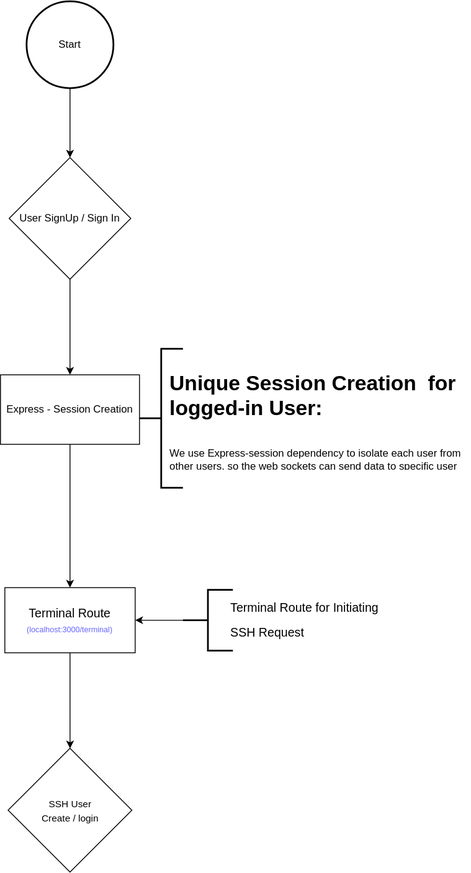
This is web_Terminal_Integration.drawio.svg from belanasaikiran/FlowCharts, a draw.io export, as it was before one commit. Source tidied: cells renumbered, new cells last; positions are measured from the earlier drawing's top-left corner, leaving out a move shared by most shapes. Source of this version:
```xml
<mxGraphModel>
  <root>
    <mxCell id="0" />
    <mxCell id="1" parent="0" />
    <mxCell id="2" style="edgeStyle=orthogonalEdgeStyle;rounded=0;jettySize=auto;html=1;exitX=0.5;exitY=1;exitDx=0;exitDy=0;entryX=0.5;entryY=0;entryDx=0;entryDy=0;" parent="1" edge="1" source="3" target="14">
      <mxGeometry relative="1" as="geometry" />
    </mxCell>
    <mxCell id="3" value="Express - Session Creation" style="rounded=0;whiteSpace=wrap;html=1;" parent="1" vertex="1">
      <mxGeometry y="430" width="160" height="80" as="geometry" />
    </mxCell>
    <mxCell id="4" style="edgeStyle=orthogonalEdgeStyle;rounded=0;jettySize=auto;html=1;exitX=0.5;exitY=1;exitDx=0;exitDy=0;" parent="1" edge="1" source="5" target="3">
      <mxGeometry relative="1" as="geometry" />
    </mxCell>
    <mxCell id="5" value="User SignUp / Sign In" style="rhombus;whiteSpace=wrap;html=1;" parent="1" vertex="1">
      <mxGeometry x="10" y="180" width="140" height="140" as="geometry" />
    </mxCell>
    <mxCell id="6" value="&lt;h1&gt;&lt;font style=&quot;font-weight: normal; font-size: 14px;&quot;&gt;Terminal Route for Initiating SSH Request&lt;/font&gt;&lt;/h1&gt;" style="text;html=1;strokeColor=none;fillColor=none;spacing=5;spacingTop=-20;whiteSpace=wrap;overflow=hidden;rounded=0;" parent="1" vertex="1">
      <mxGeometry x="260" y="675" width="190" height="80" as="geometry" />
    </mxCell>
    <mxCell id="7" value="&lt;h1&gt;Unique Session Creation&amp;nbsp; for logged-in User:&lt;/h1&gt;&lt;div&gt;&lt;br&gt;&lt;/div&gt;&lt;div&gt;We use Express-session dependency to isolate each user from other users. so the web sockets can send data to specific user session route&lt;/div&gt;&lt;div&gt;&lt;br&gt;&lt;/div&gt;&lt;p&gt;&lt;br&gt;&lt;/p&gt;" style="text;html=1;strokeColor=none;fillColor=none;spacing=5;spacingTop=-20;whiteSpace=wrap;overflow=hidden;rounded=0;" parent="1" vertex="1">
      <mxGeometry x="190" y="420" width="350" height="120" as="geometry" />
    </mxCell>
    <mxCell id="8" style="edgeStyle=orthogonalEdgeStyle;rounded=0;jettySize=auto;html=1;entryX=0.5;entryY=0;entryDx=0;entryDy=0;" parent="1" edge="1" source="9" target="5">
      <mxGeometry relative="1" as="geometry" />
    </mxCell>
    <mxCell id="9" value="Start" style="strokeWidth=2;html=1;shape=mxgraph.flowchart.start_2;whiteSpace=wrap;" parent="1" vertex="1">
      <mxGeometry x="30" width="100" height="100" as="geometry" />
    </mxCell>
    <mxCell id="10" style="strokeWidth=2;html=1;shape=mxgraph.flowchart.annotation_2;align=left;labelPosition=right;" parent="1" vertex="1">
      <mxGeometry x="160" y="400" width="50" height="160" as="geometry" />
    </mxCell>
    <mxCell id="11" style="edgeStyle=orthogonalEdgeStyle;rounded=0;jettySize=auto;html=1;exitX=0;exitY=0.5;exitDx=0;exitDy=0;exitPerimeter=0;entryX=1;entryY=0.5;entryDx=0;entryDy=0;" parent="1" edge="1" source="12" target="14">
      <mxGeometry relative="1" as="geometry" />
    </mxCell>
    <mxCell id="12" style="strokeWidth=2;html=1;shape=mxgraph.flowchart.annotation_2;align=left;labelPosition=right;" parent="1" vertex="1">
      <mxGeometry x="210" y="677.5" width="57.5" height="70" as="geometry" />
    </mxCell>
    <mxCell id="13" style="edgeStyle=orthogonalEdgeStyle;rounded=0;jettySize=auto;html=1;fontSize=9;fontColor=#6666FF;" parent="1" edge="1" source="14" target="15">
      <mxGeometry relative="1" as="geometry" />
    </mxCell>
    <mxCell id="14" value="Terminal Route&lt;br&gt;&lt;font color=&quot;#6666ff&quot; style=&quot;font-size: 9px;&quot;&gt;(localhost:3000/terminal)&lt;/font&gt;" style="rounded=0;whiteSpace=wrap;html=1;fontSize=14;" parent="1" vertex="1">
      <mxGeometry x="5" y="675" width="150" height="75" as="geometry" />
    </mxCell>
    <mxCell id="15" value="&lt;font style=&quot;font-size: 11px;&quot;&gt;SSH User &lt;br&gt;Create / login&lt;/font&gt;" style="rhombus;whiteSpace=wrap;html=1;fontSize=14;rounded=0;" parent="1" vertex="1">
      <mxGeometry x="8.8" y="860" width="142.5" height="142.5" as="geometry" />
    </mxCell>
  </root>
</mxGraphModel>
```
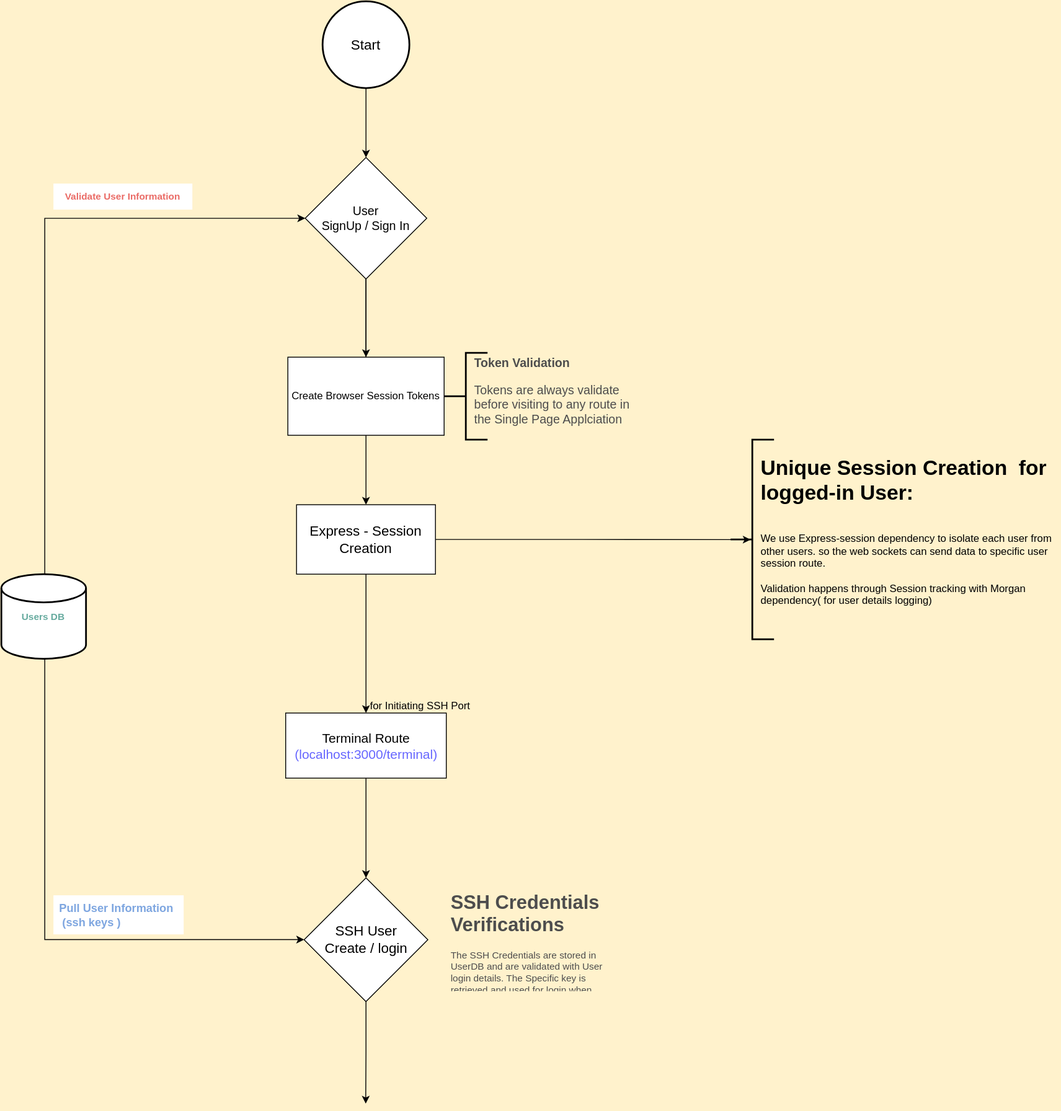
The same file after the commit.

Commit message:
Add SSH flow Connectivity details

The edit, as a diff of the source:
```diff
@@ -1,48 +1,92 @@
-<mxGraphModel>
+<mxGraphModel background="#FFF2CC">
   <root>
     <mxCell id="0" />
     <mxCell id="1" parent="0" />
     <mxCell id="2" style="edgeStyle=orthogonalEdgeStyle;rounded=0;jettySize=auto;html=1;exitX=0.5;exitY=1;exitDx=0;exitDy=0;entryX=0.5;entryY=0;entryDx=0;entryDy=0;" parent="1" edge="1" source="3" target="14">
       <mxGeometry relative="1" as="geometry" />
     </mxCell>
+    <mxCell id="16" style="edgeStyle=orthogonalEdgeStyle;rounded=0;jettySize=auto;html=1;exitX=1;exitY=0.5;exitDx=0;exitDy=0;entryX=0.462;entryY=0.501;entryDx=0;entryDy=0;entryPerimeter=0;fontSize=14;fontColor=#4D4D4D;" parent="1" edge="1" source="3" target="26">
+      <mxGeometry relative="1" as="geometry" />
+    </mxCell>
-    <mxCell id="3" value="Express - Session Creation" style="rounded=0;whiteSpace=wrap;html=1;" parent="1" vertex="1">
-      <mxGeometry y="430" width="160" height="80" as="geometry" />
+    <mxCell id="3" value="Express - Session Creation" style="rounded=0;whiteSpace=wrap;html=1;fontSize=16;" parent="1" vertex="1">
+      <mxGeometry y="580" width="160" height="80" as="geometry" />
     </mxCell>
-    <mxCell id="4" style="edgeStyle=orthogonalEdgeStyle;rounded=0;jettySize=auto;html=1;exitX=0.5;exitY=1;exitDx=0;exitDy=0;" parent="1" edge="1" source="5" target="3">
+    <mxCell id="4" style="edgeStyle=orthogonalEdgeStyle;rounded=0;jettySize=auto;html=1;exitX=0.5;exitY=1;exitDx=0;exitDy=0;startArrow=none;" parent="1" edge="1" source="24" target="3">
       <mxGeometry relative="1" as="geometry" />
     </mxCell>
+    <mxCell id="17" style="edgeStyle=orthogonalEdgeStyle;rounded=0;jettySize=auto;html=1;fontSize=9;fontColor=#67AB9F;" parent="1" edge="1" source="5" target="24">
+      <mxGeometry relative="1" as="geometry" />
+    </mxCell>
-    <mxCell id="5" value="User SignUp / Sign In" style="rhombus;whiteSpace=wrap;html=1;" parent="1" vertex="1">
+    <mxCell id="5" value="User &lt;br&gt;SignUp / Sign In" style="rhombus;whiteSpace=wrap;html=1;fontSize=14;" parent="1" vertex="1">
       <mxGeometry x="10" y="180" width="140" height="140" as="geometry" />
     </mxCell>
-    <mxCell id="6" value="&lt;h1&gt;&lt;font style=&quot;font-weight: normal; font-size: 14px;&quot;&gt;Terminal Route for Initiating SSH Request&lt;/font&gt;&lt;/h1&gt;" style="text;html=1;strokeColor=none;fillColor=none;spacing=5;spacingTop=-20;whiteSpace=wrap;overflow=hidden;rounded=0;" parent="1" vertex="1">
-      <mxGeometry x="260" y="675" width="190" height="80" as="geometry" />
+    <mxCell id="6" value="for Initiating&amp;nbsp;SSH Port&amp;nbsp;" style="text;strokeColor=none;fillColor=none;spacing=5;spacingTop=-5;overflow=hidden;rounded=0;rotation=0;whiteSpace=wrap;html=1;" parent="1" vertex="1">
+      <mxGeometry x="80" y="800" width="140" height="20" as="geometry" />
     </mxCell>
-    <mxCell id="7" value="&lt;h1&gt;Unique Session Creation&amp;nbsp; for logged-in User:&lt;/h1&gt;&lt;div&gt;&lt;br&gt;&lt;/div&gt;&lt;div&gt;We use Express-session dependency to isolate each user from other users. so the web sockets can send data to specific user session route&lt;/div&gt;&lt;div&gt;&lt;br&gt;&lt;/div&gt;&lt;p&gt;&lt;br&gt;&lt;/p&gt;" style="text;html=1;strokeColor=none;fillColor=none;spacing=5;spacingTop=-20;whiteSpace=wrap;overflow=hidden;rounded=0;" parent="1" vertex="1">
-      <mxGeometry x="190" y="420" width="350" height="120" as="geometry" />
+    <mxCell id="7" value="&lt;h1&gt;Unique Session Creation&amp;nbsp; for logged-in User:&lt;/h1&gt;&lt;div&gt;&lt;br&gt;&lt;/div&gt;&lt;div&gt;We use Express-session dependency to isolate each user from other users. so the web sockets can send data to specific user session route.&lt;/div&gt;&lt;div&gt;&lt;br&gt;&lt;/div&gt;&lt;div&gt;Validation happens through Session tracking with Morgan dependency( for user details logging)&lt;/div&gt;&lt;div&gt;&lt;br&gt;&lt;/div&gt;&lt;p&gt;&lt;br&gt;&lt;/p&gt;" style="text;html=1;strokeColor=none;fillColor=none;spacing=5;spacingTop=-20;whiteSpace=wrap;overflow=hidden;rounded=0;" parent="1" vertex="1">
+      <mxGeometry x="530" y="517.5" width="350" height="225" as="geometry" />
     </mxCell>
     <mxCell id="8" style="edgeStyle=orthogonalEdgeStyle;rounded=0;jettySize=auto;html=1;entryX=0.5;entryY=0;entryDx=0;entryDy=0;" parent="1" edge="1" source="9" target="5">
       <mxGeometry relative="1" as="geometry" />
     </mxCell>
-    <mxCell id="9" value="Start" style="strokeWidth=2;html=1;shape=mxgraph.flowchart.start_2;whiteSpace=wrap;" parent="1" vertex="1">
+    <mxCell id="9" value="Start" style="strokeWidth=2;html=1;shape=mxgraph.flowchart.start_2;whiteSpace=wrap;fontSize=16;" parent="1" vertex="1">
       <mxGeometry x="30" width="100" height="100" as="geometry" />
     </mxCell>
-    <mxCell id="10" style="strokeWidth=2;html=1;shape=mxgraph.flowchart.annotation_2;align=left;labelPosition=right;" parent="1" vertex="1">
-      <mxGeometry x="160" y="400" width="50" height="160" as="geometry" />
-    </mxCell>
-    <mxCell id="11" style="edgeStyle=orthogonalEdgeStyle;rounded=0;jettySize=auto;html=1;exitX=0;exitY=0.5;exitDx=0;exitDy=0;exitPerimeter=0;entryX=1;entryY=0.5;entryDx=0;entryDy=0;" parent="1" edge="1" source="12" target="14">
-      <mxGeometry relative="1" as="geometry" />
-    </mxCell>
-    <mxCell id="12" style="strokeWidth=2;html=1;shape=mxgraph.flowchart.annotation_2;align=left;labelPosition=right;" parent="1" vertex="1">
-      <mxGeometry x="210" y="677.5" width="57.5" height="70" as="geometry" />
-    </mxCell>
     <mxCell id="13" style="edgeStyle=orthogonalEdgeStyle;rounded=0;jettySize=auto;html=1;fontSize=9;fontColor=#6666FF;" parent="1" edge="1" source="14" target="15">
       <mxGeometry relative="1" as="geometry" />
     </mxCell>
-    <mxCell id="14" value="Terminal Route&lt;br&gt;&lt;font color=&quot;#6666ff&quot; style=&quot;font-size: 9px;&quot;&gt;(localhost:3000/terminal)&lt;/font&gt;" style="rounded=0;whiteSpace=wrap;html=1;fontSize=14;" parent="1" vertex="1">
-      <mxGeometry x="5" y="675" width="150" height="75" as="geometry" />
+    <mxCell id="14" value="Terminal Route&lt;br style=&quot;font-size: 15px;&quot;&gt;&lt;font color=&quot;#6666ff&quot; style=&quot;font-size: 15px;&quot;&gt;(localhost:3000/terminal)&lt;/font&gt;" style="rounded=0;whiteSpace=wrap;html=1;fontSize=15;" parent="1" vertex="1">
+      <mxGeometry x="-12.5" y="820" width="185" height="75" as="geometry" />
     </mxCell>
+    <mxCell id="18" style="edgeStyle=orthogonalEdgeStyle;rounded=0;jettySize=auto;html=1;exitX=0.5;exitY=1;exitDx=0;exitDy=0;fontSize=11;fontColor=#4D4D4D;" parent="1" edge="1" source="15">
+      <mxGeometry relative="1" as="geometry">
+        <mxPoint x="79.7" y="1270" as="targetPoint" />
+      </mxGeometry>
+    </mxCell>
-    <mxCell id="15" value="&lt;font style=&quot;font-size: 11px;&quot;&gt;SSH User &lt;br&gt;Create / login&lt;/font&gt;" style="rhombus;whiteSpace=wrap;html=1;fontSize=14;rounded=0;" parent="1" vertex="1">
-      <mxGeometry x="8.8" y="860" width="142.5" height="142.5" as="geometry" />
+    <mxCell id="15" value="&lt;font style=&quot;font-size: 16px;&quot;&gt;SSH User &lt;br style=&quot;font-size: 16px;&quot;&gt;Create / login&lt;/font&gt;" style="rhombus;whiteSpace=wrap;html=1;fontSize=16;rounded=0;" parent="1" vertex="1">
+      <mxGeometry x="8.8" y="1010" width="142.5" height="142.5" as="geometry" />
     </mxCell>
+    <mxCell id="19" style="edgeStyle=orthogonalEdgeStyle;rounded=0;jettySize=auto;html=1;entryX=0;entryY=0.5;entryDx=0;entryDy=0;fontSize=11;fontColor=#6666FF;" parent="1" edge="1" source="21" target="15">
+      <mxGeometry relative="1" as="geometry">
+        <Array as="points">
+          <mxPoint x="-290" y="1081" />
+          <mxPoint x="9" y="1081" />
+        </Array>
+      </mxGeometry>
+    </mxCell>
+    <mxCell id="20" style="edgeStyle=orthogonalEdgeStyle;rounded=0;jettySize=auto;html=1;entryX=0;entryY=0.5;entryDx=0;entryDy=0;fontSize=7;fontColor=#4D4D4D;" parent="1" edge="1" source="21" target="5">
+      <mxGeometry relative="1" as="geometry">
+        <Array as="points">
+          <mxPoint x="-290" y="250" />
+        </Array>
+      </mxGeometry>
+    </mxCell>
+    <mxCell id="21" value="Users DB" style="strokeWidth=2;html=1;shape=mxgraph.flowchart.database;whiteSpace=wrap;fontSize=11;fontColor=#67AB9F;fontStyle=1;" parent="1" vertex="1">
+      <mxGeometry x="-340" y="660" width="97.5" height="97.5" as="geometry" />
+    </mxCell>
+    <mxCell id="22" value="Pull User Information&lt;br&gt;&amp;nbsp;(ssh keys )" style="text;html=1;align=left;verticalAlign=middle;whiteSpace=wrap;rounded=0;fontSize=13;labelBackgroundColor=none;labelBorderColor=none;fillColor=default;fontColor=#7EA6E0;fontStyle=1;spacingLeft=5;" parent="1" vertex="1">
+      <mxGeometry x="-280" y="1030" width="150" height="45" as="geometry" />
+    </mxCell>
+    <mxCell id="23" value="Validate User Information" style="text;html=1;strokeColor=none;fillColor=default;align=center;verticalAlign=middle;whiteSpace=wrap;rounded=0;fontSize=11;fontColor=#EA6B66;labelBackgroundColor=default;labelBorderColor=none;fontStyle=1;" parent="1" vertex="1">
+      <mxGeometry x="-280" y="210" width="160" height="30" as="geometry" />
+    </mxCell>
+    <mxCell id="24" value="Create Browser Session Tokens" style="whiteSpace=wrap;html=1;" parent="1" vertex="1">
+      <mxGeometry x="-10" y="410" width="180" height="90" as="geometry" />
+    </mxCell>
+    <mxCell id="25" style="edgeStyle=orthogonalEdgeStyle;rounded=0;jettySize=auto;html=1;exitX=0.5;exitY=1;exitDx=0;exitDy=0;endArrow=none;" parent="1" edge="1" source="5" target="24">
+      <mxGeometry relative="1" as="geometry" />
+    </mxCell>
+    <mxCell id="26" style="strokeWidth=2;html=1;shape=mxgraph.flowchart.annotation_2;align=left;labelPosition=right;labelBackgroundColor=default;labelBorderColor=none;fontSize=9;fontColor=#67AB9F;" parent="1" vertex="1">
+      <mxGeometry x="500" y="505" width="50" height="230" as="geometry" />
+    </mxCell>
+    <mxCell id="27" style="strokeWidth=2;html=1;shape=mxgraph.flowchart.annotation_2;align=left;labelPosition=right;labelBackgroundColor=none;labelBorderColor=none;fontSize=9;fontColor=#7EA6E0;fillColor=default;" parent="1" vertex="1">
+      <mxGeometry x="170" y="405" width="50" height="100" as="geometry" />
+    </mxCell>
+    <mxCell id="28" value="&lt;h1 style=&quot;font-size: 14px;&quot;&gt;&lt;font style=&quot;font-size: 14px;&quot; color=&quot;#4d4d4d&quot;&gt;Token Validation&lt;/font&gt;&lt;/h1&gt;&lt;p style=&quot;font-size: 14px;&quot;&gt;&lt;font style=&quot;font-size: 14px;&quot; color=&quot;#4d4d4d&quot;&gt;Tokens are always validate before visiting to any route in the Single Page Applciation&lt;/font&gt;&lt;/p&gt;" style="text;html=1;strokeColor=none;fillColor=none;spacing=5;spacingTop=-20;whiteSpace=wrap;overflow=hidden;rounded=0;labelBackgroundColor=none;labelBorderColor=none;fontSize=9;fontColor=#7EA6E0;" parent="1" vertex="1">
+      <mxGeometry x="200" y="410" width="190" height="80" as="geometry" />
+    </mxCell>
+    <mxCell id="29" value="&lt;h1&gt;SSH Credentials Verifications&lt;/h1&gt;&lt;p&gt;The SSH Credentials are stored in UserDB and are validated with User login details. The Specific key is retrieved and used for login when user is logged in to Application&lt;/p&gt;" style="text;html=1;strokeColor=none;fillColor=none;spacing=5;spacingTop=-20;whiteSpace=wrap;overflow=hidden;rounded=0;labelBackgroundColor=none;labelBorderColor=none;fontSize=11;fontColor=#4D4D4D;" parent="1" vertex="1">
+      <mxGeometry x="172.5" y="1021.2" width="190" height="120" as="geometry" />
+    </mxCell>
   </root>
 </mxGraphModel>
```
